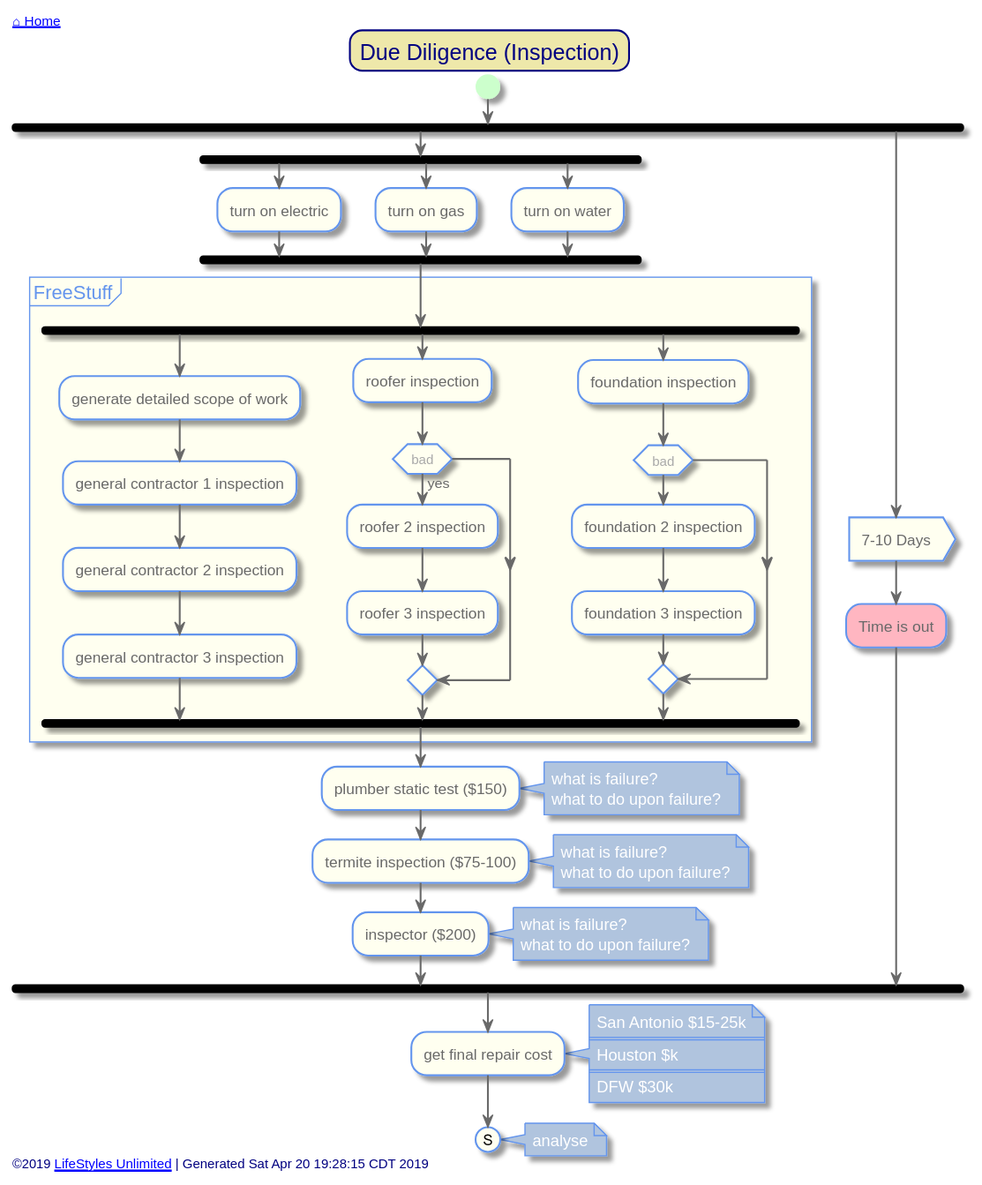
Earlier version of the PlantUML export out/src/single-family/due-diligence.svg (toddmo/lifestylesunlimited).
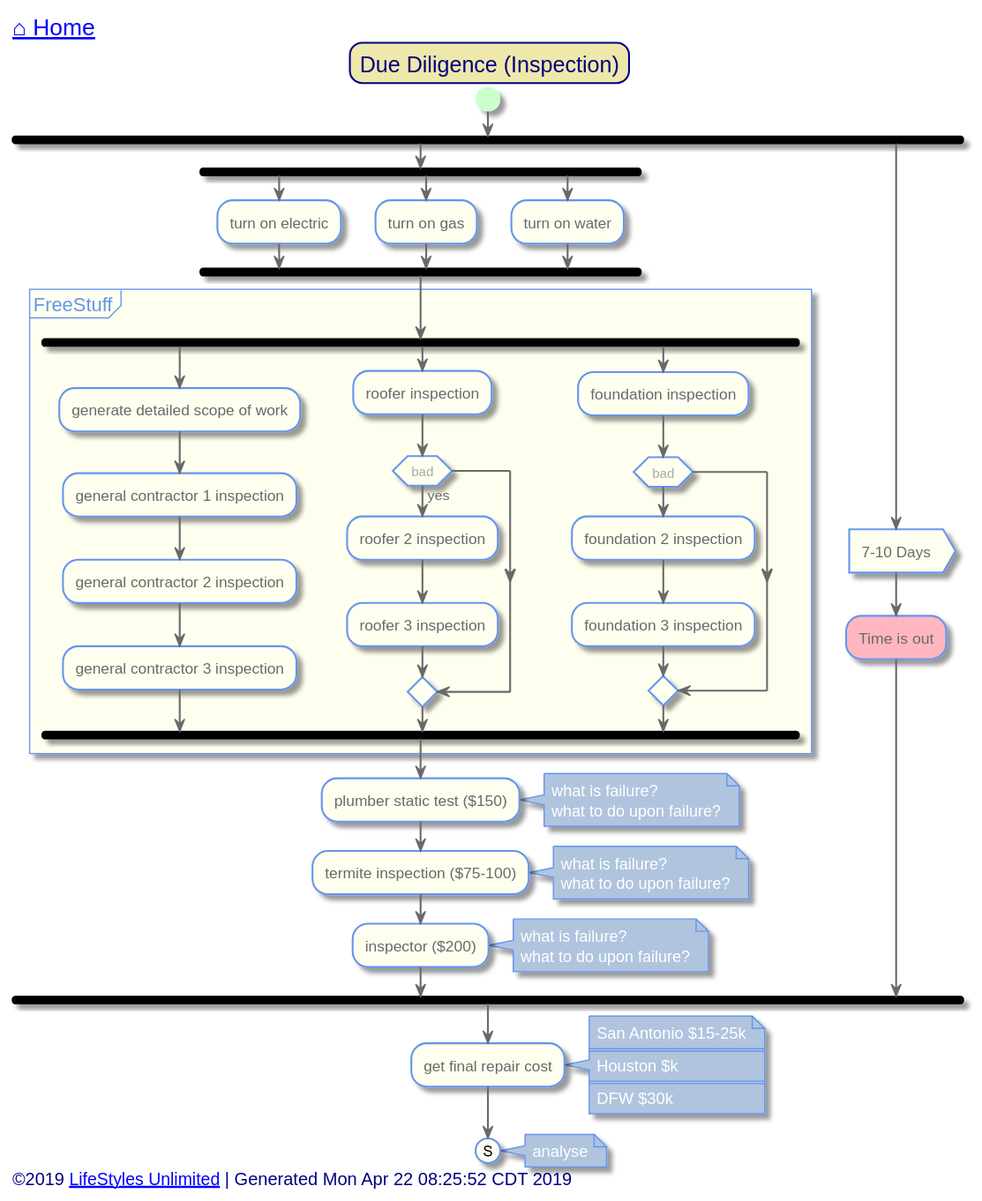
Above is the later version.

The edit, as a diff of the source:
```diff
@@ -73,7 +73,7 @@
 
 
 left header
-	<font color=Navy>[[../index.svg ⌂ Home]]</font>
+	<font color=Navy size=18>[[../index.svg ⌂ Home]]</font>
 endheader
 
 
@@ -144,7 +144,7 @@
 
 
 left footer
-	©2019 [[http://www.lifestylesunlimited.com LifeStyles Unlimited]] | Generated Sat Apr 20 19:28:15 CDT 2019
+	<font size=14>©2019 [[http://www.lifestylesunlimited.com LifeStyles Unlimited]] | Generated Mon Apr 22 08:25:52 CDT 2019</font>
 endfooter
 
 
```
